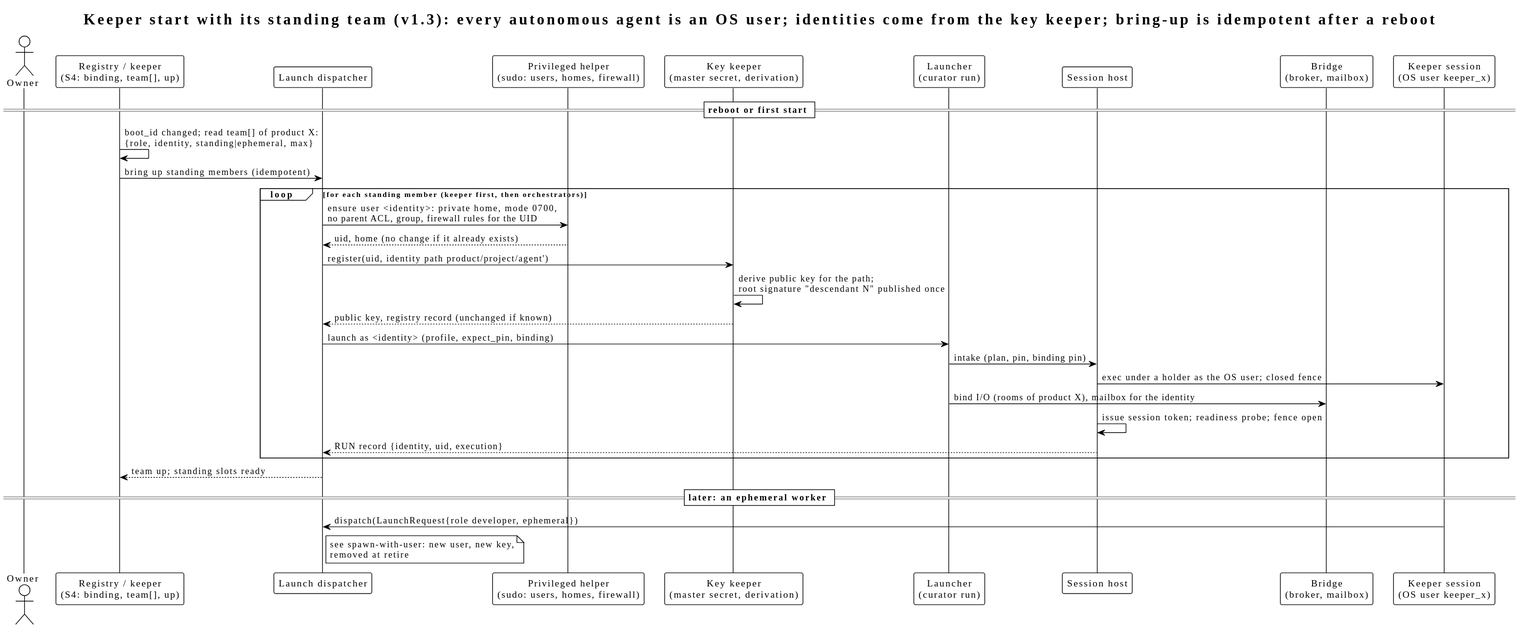
Earlier version of the PlantUML export diagrams/artefacts/plantuml/keeper-team-start.svg (relux-works/swarm-platform-architecture).
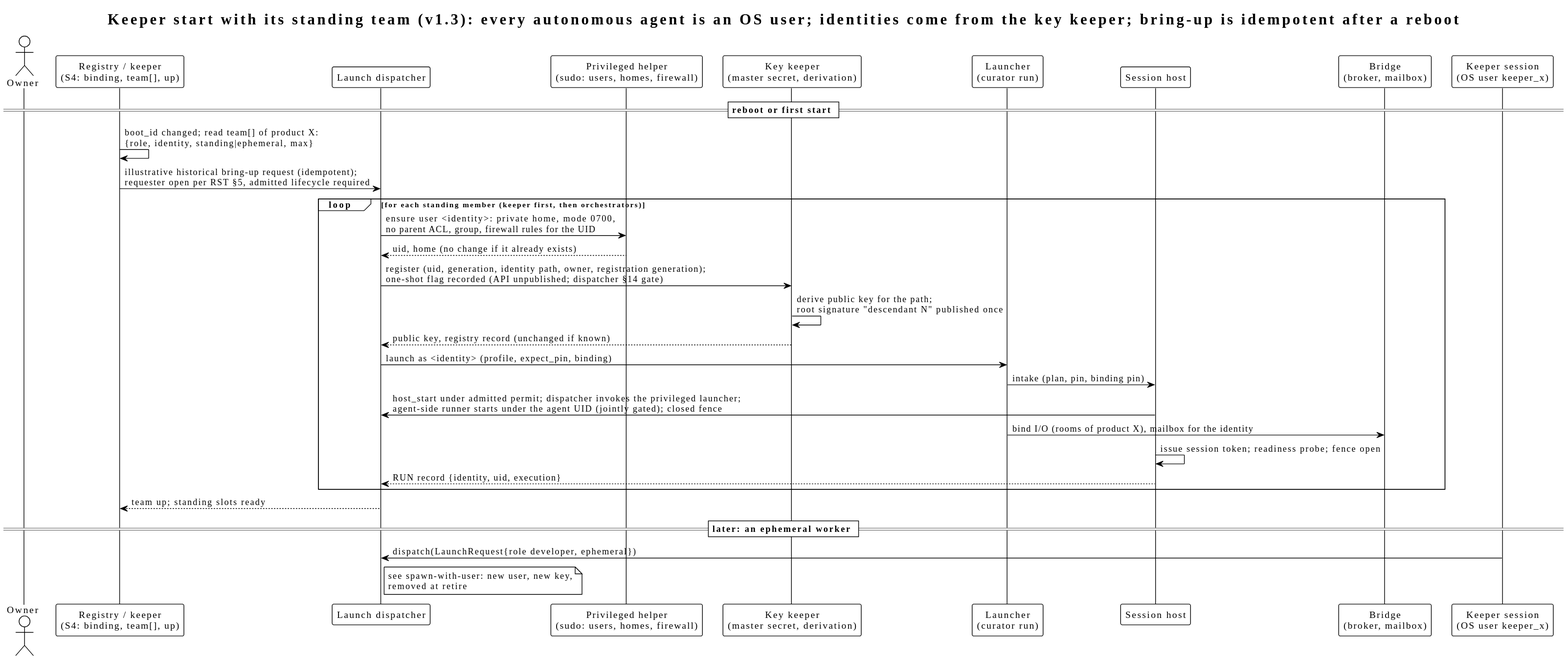
After the change.

Change to the diagram source:
```diff
@@ -14,16 +14,16 @@
 
 == reboot or first start ==
 Reg -> Reg: boot_id changed; read team[] of product X:\n{role, identity, standing|ephemeral, max}
-Reg -> D: bring up standing members (idempotent)
+Reg -> D: illustrative historical bring-up request (idempotent);\nrequester open per RST §5, admitted lifecycle required
 loop for each standing member (keeper first, then orchestrators)
   D -> PH: ensure user <identity>: private home, mode 0700,\nno parent ACL, group, firewall rules for the UID
   PH --> D: uid, home (no change if it already exists)
-  D -> KK: register(uid, identity path product/project/agent')
+  D -> KK: register (uid, generation, identity path, owner, registration generation);\none-shot flag recorded (API unpublished; dispatcher §14 gate)
   KK -> KK: derive public key for the path;\nroot signature "descendant N" published once
   KK --> D: public key, registry record (unchanged if known)
   D -> L: launch as <identity> (profile, expect_pin, binding)
   L -> SH: intake (plan, pin, binding pin)
-  SH -> K: exec under a holder as the OS user; closed fence
+  SH -> D: host_start under admitted permit; dispatcher invokes the privileged launcher;\nagent-side runner starts under the agent UID (jointly gated); closed fence
   L -> BR: bind I/O (rooms of product X), mailbox for the identity
   SH -> SH: issue session token; readiness probe; fence open
   SH --> D: RUN record {identity, uid, execution}
```
